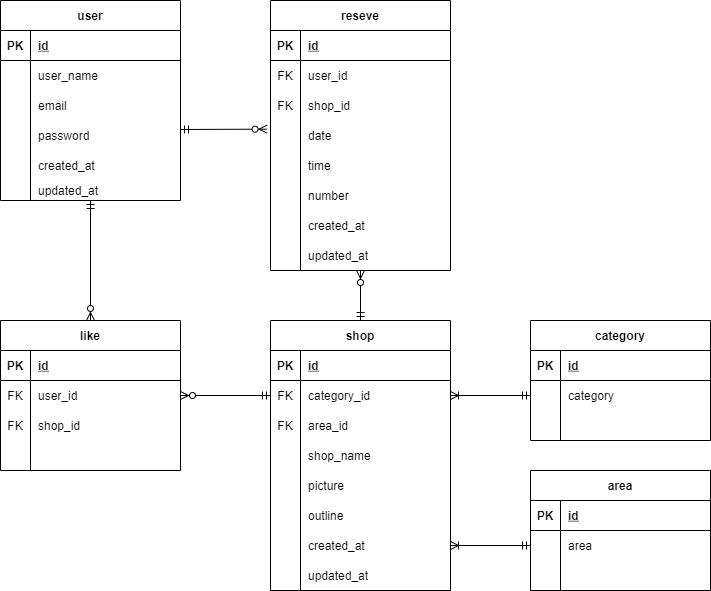
Earlier version of the draw.io export 20210920.drawio.png (ryo0709/20210920_er.png). Source tidied: cells renumbered, new cells last; positions are measured from the earlier drawing's top-left corner, leaving out a move shared by most shapes.
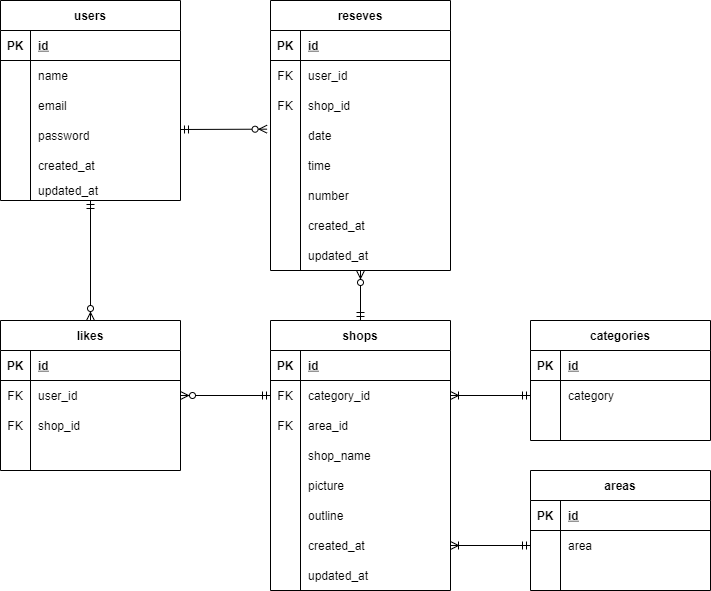
The same file after the commit.

Diff of the diagram source:
```diff
@@ -2,7 +2,7 @@
   <root>
     <mxCell id="0" />
     <mxCell id="1" parent="0" />
-    <mxCell id="2" value="user" style="shape=table;startSize=30;rowLines=0;fontStyle=1;align=center;" parent="1" vertex="1">
+    <mxCell id="2" value="users" style="shape=table;startSize=30;rowLines=0;fontStyle=1;align=center;" parent="1" vertex="1">
       <mxGeometry width="180" height="200" as="geometry" />
     </mxCell>
     <mxCell id="3" style="shape=partialRectangle;fillColor=none;top=0;left=0;bottom=1;right=0;" parent="2" vertex="1">
@@ -20,7 +20,7 @@
     <mxCell id="7" style="shape=partialRectangle;fillColor=none;top=0;left=0;bottom=0;right=0;overflow=hidden;" parent="6" vertex="1">
       <mxGeometry width="30" height="30" as="geometry" />
     </mxCell>
-    <mxCell id="8" value="user_name" style="shape=partialRectangle;fillColor=none;top=0;left=0;bottom=0;right=0;align=left;spacingLeft=6;overflow=hidden;" parent="6" vertex="1">
+    <mxCell id="8" value="name" style="shape=partialRectangle;fillColor=none;top=0;left=0;bottom=0;right=0;align=left;spacingLeft=6;overflow=hidden;" parent="6" vertex="1">
       <mxGeometry x="30" width="150" height="30" as="geometry" />
     </mxCell>
     <mxCell id="9" style="shape=partialRectangle;fillColor=none;top=0;left=0;bottom=0;right=0;" parent="2" vertex="1">
@@ -59,7 +59,7 @@
     <mxCell id="20" value="updated_at" style="shape=partialRectangle;fillColor=none;top=0;left=0;bottom=0;right=0;align=left;spacingLeft=6;overflow=hidden;" parent="18" vertex="1">
       <mxGeometry x="30" width="150" height="20" as="geometry" />
     </mxCell>
-    <mxCell id="21" value="reseve" style="shape=table;startSize=30;rowLines=0;fontStyle=1;align=center;" parent="1" vertex="1">
+    <mxCell id="21" value="reseves" style="shape=table;startSize=30;rowLines=0;fontStyle=1;align=center;" parent="1" vertex="1">
       <mxGeometry x="270" width="180" height="270" as="geometry" />
     </mxCell>
     <mxCell id="22" style="shape=partialRectangle;fillColor=none;top=0;left=0;bottom=1;right=0;" parent="21" vertex="1">
@@ -134,7 +134,7 @@
     <mxCell id="45" value="updated_at" style="shape=partialRectangle;fillColor=none;top=0;left=0;bottom=0;right=0;align=left;spacingLeft=6;overflow=hidden;" parent="43" vertex="1">
       <mxGeometry x="30" width="150" height="30" as="geometry" />
     </mxCell>
-    <mxCell id="46" value="shop" style="shape=table;startSize=30;rowLines=0;fontStyle=1;align=center;" parent="1" vertex="1">
+    <mxCell id="46" value="shops" style="shape=table;startSize=30;rowLines=0;fontStyle=1;align=center;" parent="1" vertex="1">
       <mxGeometry x="270" y="320" width="180" height="270" as="geometry" />
     </mxCell>
     <mxCell id="47" style="shape=partialRectangle;fillColor=none;top=0;left=0;bottom=1;right=0;" parent="46" vertex="1">
@@ -209,7 +209,7 @@
     <mxCell id="70" value="updated_at" style="shape=partialRectangle;fillColor=none;top=0;left=0;bottom=0;right=0;align=left;spacingLeft=6;overflow=hidden;" parent="68" vertex="1">
       <mxGeometry x="30" width="150" height="30" as="geometry" />
     </mxCell>
-    <mxCell id="71" value="area" style="shape=table;startSize=30;rowLines=0;fontStyle=1;align=center;" parent="1" vertex="1">
+    <mxCell id="71" value="areas" style="shape=table;startSize=30;rowLines=0;fontStyle=1;align=center;" parent="1" vertex="1">
       <mxGeometry x="530" y="470" width="180" height="120" as="geometry" />
     </mxCell>
     <mxCell id="72" style="shape=partialRectangle;fillColor=none;top=0;left=0;bottom=1;right=0;" parent="71" vertex="1">
@@ -239,7 +239,7 @@
     <mxCell id="80" style="shape=partialRectangle;fillColor=none;top=0;left=0;bottom=0;right=0;align=left;spacingLeft=6;overflow=hidden;" parent="78" vertex="1">
       <mxGeometry x="30" width="150" height="30" as="geometry" />
     </mxCell>
-    <mxCell id="81" value="like" style="shape=table;startSize=30;rowLines=0;fontStyle=1;align=center;" parent="1" vertex="1">
+    <mxCell id="81" value="likes" style="shape=table;startSize=30;rowLines=0;fontStyle=1;align=center;" parent="1" vertex="1">
       <mxGeometry y="320" width="180" height="150" as="geometry" />
     </mxCell>
     <mxCell id="82" style="shape=partialRectangle;fillColor=none;top=0;left=0;bottom=1;right=0;" parent="81" vertex="1">
@@ -278,7 +278,7 @@
     <mxCell id="93" style="shape=partialRectangle;fillColor=none;top=0;left=0;bottom=0;right=0;align=left;spacingLeft=6;overflow=hidden;" parent="91" vertex="1">
       <mxGeometry x="30" width="150" height="30" as="geometry" />
     </mxCell>
-    <mxCell id="94" value="category" style="shape=table;startSize=30;rowLines=0;fontStyle=1;align=center;" parent="1" vertex="1">
+    <mxCell id="94" value="categories" style="shape=table;startSize=30;rowLines=0;fontStyle=1;align=center;" parent="1" vertex="1">
       <mxGeometry x="530" y="320" width="180" height="120" as="geometry" />
     </mxCell>
     <mxCell id="95" style="shape=partialRectangle;fillColor=none;top=0;left=0;bottom=1;right=0;" parent="94" vertex="1">
```
